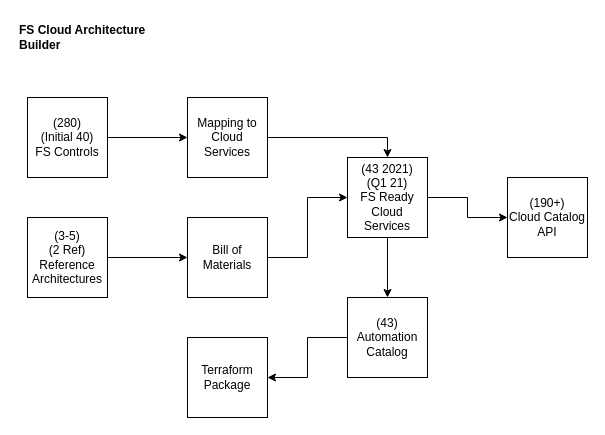
The draw.io diagram data/data-model.drawio in jay4smile/ascent-bff, before the edit. Source tidied: cells renumbered, new cells numbered last; positions are measured from the earlier drawing's top-left corner, leaving out a move shared by most shapes. Both pictures are drawn from the tidied source at 100%, with x=0, y=0 at pixel (17, 27).
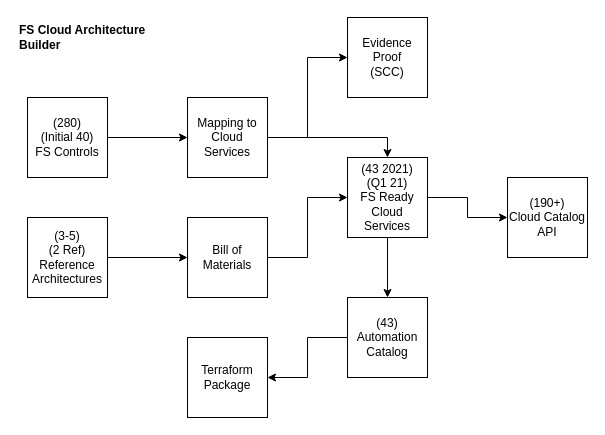
The same diagram, later.

What changed in the source:
```diff
@@
 <mxGraphModel>
   <root>
     <mxCell id="0" />
     <mxCell id="1" parent="0" />
     <mxCell id="2" style="edgeStyle=orthogonalEdgeStyle;rounded=0;jettySize=auto;html=1;entryX=0;entryY=0.5;entryDx=0;entryDy=0;" parent="1" edge="1" source="4" target="13">
       <mxGeometry relative="1" as="geometry" />
     </mxCell>
     <mxCell id="3" style="edgeStyle=orthogonalEdgeStyle;rounded=0;jettySize=auto;html=1;entryX=0.5;entryY=0;entryDx=0;entryDy=0;" parent="1" edge="1" source="4" target="15">
       <mxGeometry relative="1" as="geometry" />
     </mxCell>
     <mxCell id="4" value="(43 2021)&lt;br&gt;(Q1 21)&lt;br&gt;FS Ready&lt;br&gt;Cloud Services" style="whiteSpace=wrap;html=1;" parent="1" vertex="1">
       <mxGeometry x="330" y="130" width="80" height="80" as="geometry" />
     </mxCell>
     <mxCell id="5" style="edgeStyle=orthogonalEdgeStyle;rounded=0;jettySize=auto;html=1;" parent="1" edge="1" source="6" target="8">
       <mxGeometry relative="1" as="geometry" />
     </mxCell>
     <mxCell id="6" value="(280)&lt;br&gt;(Initial 40)&lt;br&gt;FS Controls" style="whiteSpace=wrap;html=1;" parent="1" vertex="1">
       <mxGeometry x="10" y="70" width="80" height="80" as="geometry" />
     </mxCell>
     <mxCell id="7" style="edgeStyle=orthogonalEdgeStyle;rounded=0;jettySize=auto;html=1;entryX=0.5;entryY=0;entryDx=0;entryDy=0;" parent="1" edge="1" source="8" target="4">
       <mxGeometry relative="1" as="geometry" />
     </mxCell>
+    <mxCell id="18" style="edgeStyle=orthogonalEdgeStyle;rounded=0;jettySize=auto;html=1;" parent="1" edge="1" source="8" target="19">
+      <mxGeometry relative="1" as="geometry" />
+    </mxCell>
     <mxCell id="8" value="Mapping to Cloud Services" style="whiteSpace=wrap;html=1;" parent="1" vertex="1">
       <mxGeometry x="170" y="70" width="80" height="80" as="geometry" />
     </mxCell>
     <mxCell id="9" style="edgeStyle=orthogonalEdgeStyle;rounded=0;jettySize=auto;html=1;entryX=0;entryY=0.5;entryDx=0;entryDy=0;" parent="1" edge="1" source="10" target="12">
       <mxGeometry relative="1" as="geometry" />
     </mxCell>
     <mxCell id="10" value="(3-5)&lt;br&gt;(2 Ref)&lt;br&gt;Reference&lt;br&gt;Architectures" style="whiteSpace=wrap;html=1;" parent="1" vertex="1">
       <mxGeometry x="10" y="190" width="80" height="80" as="geometry" />
     </mxCell>
     <mxCell id="11" style="edgeStyle=orthogonalEdgeStyle;rounded=0;jettySize=auto;html=1;entryX=0;entryY=0.5;entryDx=0;entryDy=0;" parent="1" edge="1" source="12" target="4">
       <mxGeometry relative="1" as="geometry" />
     </mxCell>
     <mxCell id="12" value="Bill of Materials" style="whiteSpace=wrap;html=1;" parent="1" vertex="1">
       <mxGeometry x="170" y="190" width="80" height="80" as="geometry" />
     </mxCell>
     <mxCell id="13" value="(190+)&lt;br&gt;Cloud Catalog API" style="whiteSpace=wrap;html=1;" parent="1" vertex="1">
       <mxGeometry x="490" y="150" width="80" height="80" as="geometry" />
     </mxCell>
     <mxCell id="14" style="edgeStyle=orthogonalEdgeStyle;rounded=0;jettySize=auto;html=1;" parent="1" edge="1" source="15" target="16">
       <mxGeometry relative="1" as="geometry" />
     </mxCell>
     <mxCell id="15" value="(43)&lt;br&gt;Automation&lt;br&gt;Catalog" style="whiteSpace=wrap;html=1;" parent="1" vertex="1">
       <mxGeometry x="330" y="270" width="80" height="80" as="geometry" />
     </mxCell>
     <mxCell id="16" value="Terraform&lt;br&gt;Package" style="whiteSpace=wrap;html=1;" parent="1" vertex="1">
       <mxGeometry x="170" y="310" width="80" height="80" as="geometry" />
     </mxCell>
     <mxCell id="17" value="FS Cloud Architecture Builder" style="text;html=1;strokeColor=none;fillColor=none;align=left;verticalAlign=middle;whiteSpace=wrap;rounded=0;fontStyle=1;" parent="1" vertex="1">
       <mxGeometry width="160" height="20" as="geometry" />
     </mxCell>
+    <mxCell id="19" value="Evidence&lt;br&gt;Proof&lt;br&gt;(SCC)" style="whiteSpace=wrap;html=1;" parent="1" vertex="1">
+      <mxGeometry x="330" y="-10" width="80" height="80" as="geometry" />
+    </mxCell>
   </root>
 </mxGraphModel>
```
